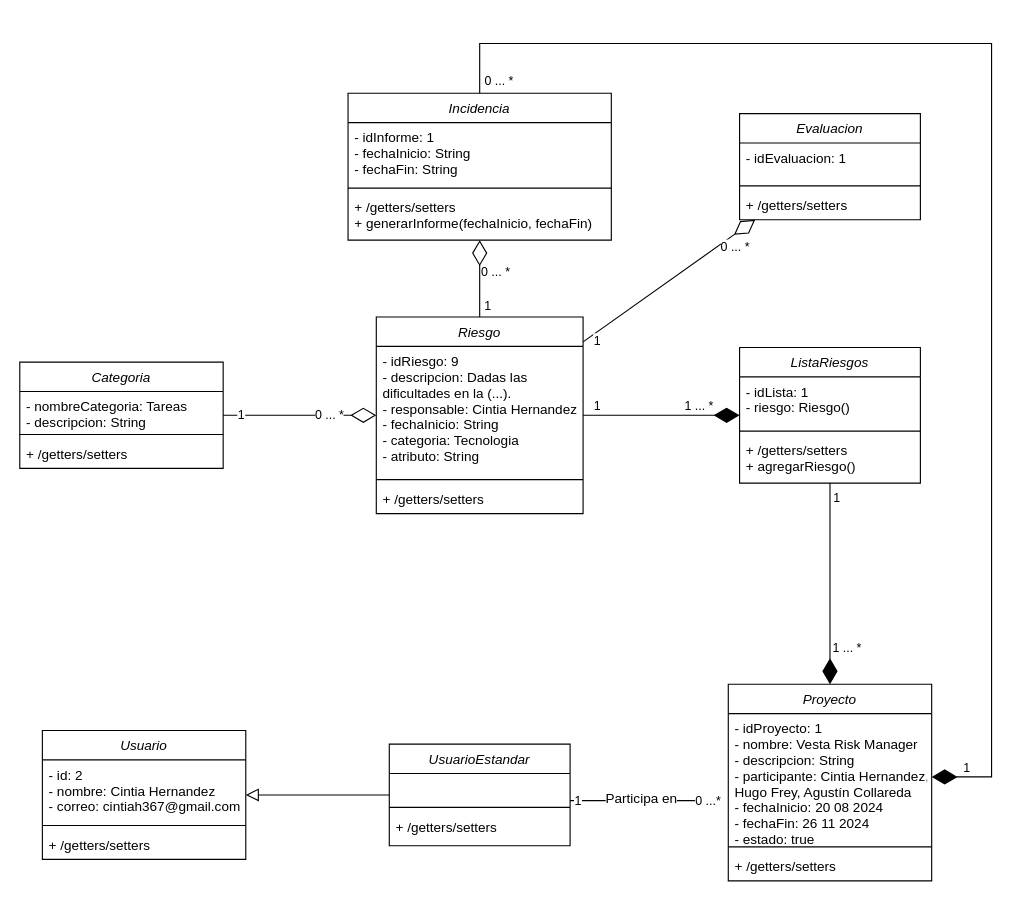
Before: Recursos/Diagramas/Diagrama de objetos.drawio in fxex/Vesta_Risk_Manager, a draw.io diagram. Source tidied: cells renumbered, new cells numbered last; positions are measured from the earlier drawing's top-left corner, leaving out a move shared by most shapes. Both pictures are drawn from the tidied source at 113%, with x=0, y=0 at pixel (19, 43).
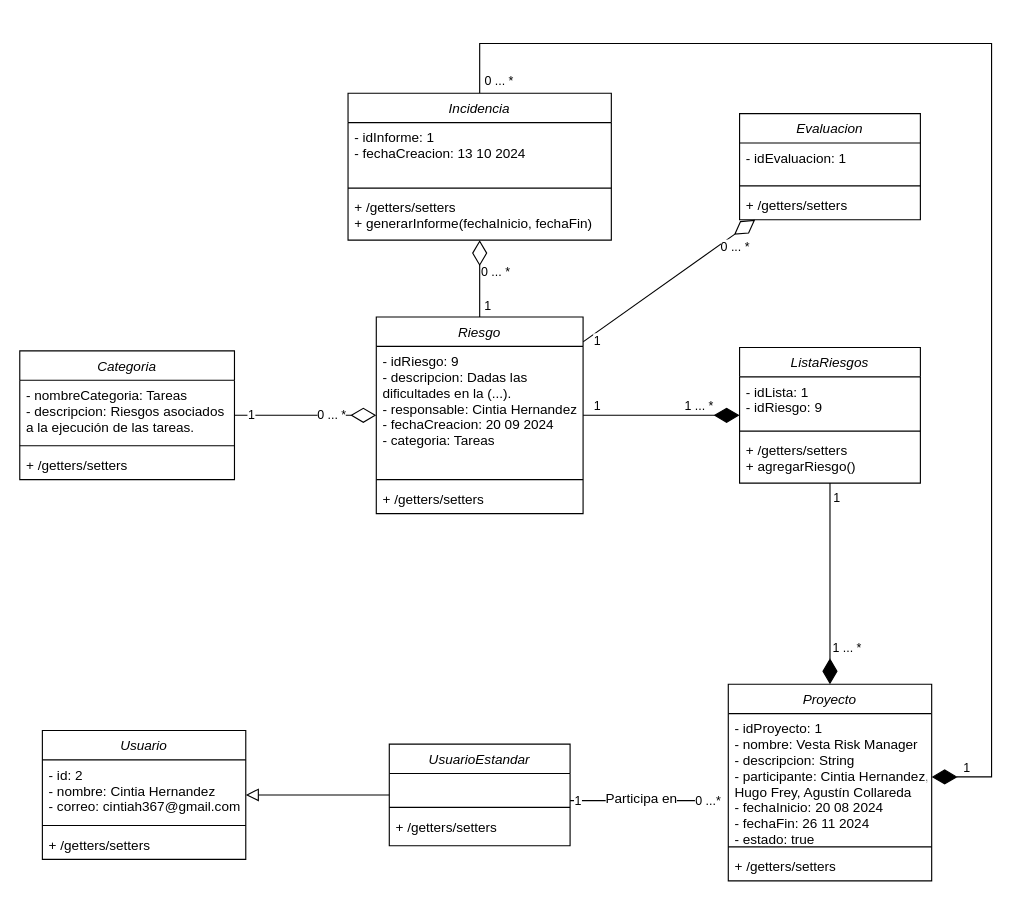
The same page after the edit.

Commit message (it also covers changes not shown here):
Doc: Se modificaron los cronogramas, se modifico el modelo de datos, se finalizo con el documento de arquitectura de sistemas

Unchanged cells that the change refers to:
```xml
<mxCell id="11" value="Riesgo" style="swimlane;fontStyle=2;align=center;verticalAlign=top;horizontal=1;startSize=26;rounded=0;shadow=0;strokeWidth=1;" parent="1" vertex="1">
  <mxGeometry x="315.5" y="242" width="183" height="174" as="geometry" />
</mxCell>
<mxCell id="42" value="ListaRiesgos" style="swimlane;fontStyle=2;align=center;verticalAlign=top;horizontal=1;startSize=26;rounded=0;shadow=0;strokeWidth=1;" parent="1" vertex="1">
  <mxGeometry x="637" y="269" width="160" height="120" as="geometry" />
</mxCell>
<mxCell id="49" value="Incidencia" style="swimlane;fontStyle=2;align=center;verticalAlign=top;horizontal=1;startSize=26;rounded=0;shadow=0;strokeWidth=1;" parent="1" vertex="1">
  <mxGeometry x="290.5" y="44" width="233" height="130" as="geometry" />
</mxCell>
```

Diff of the diagram source:
```diff
@@
-    <mxCell id="12" value="- idRiesgo: 9&#10;- descripcion: Dadas las&#10;dificultades en la (...).&#10;- responsable: Cintia Hernandez&#10;- fechaInicio: String&#10;- categoria: Tecnologia&#10;- atributo: String" style="text;align=left;verticalAlign=top;spacingLeft=4;spacingRight=4;overflow=hidden;" parent="11" vertex="1">
+    <mxCell id="12" value="- idRiesgo: 9&#10;- descripcion: Dadas las&#10;dificultades en la (...).&#10;- responsable: Cintia Hernandez&#10;- fechaCreacion: 20 09 2024&#10;- categoria: Tareas" style="text;align=left;verticalAlign=top;spacingLeft=4;spacingRight=4;overflow=hidden;" parent="11" vertex="1">
       <mxGeometry y="26" width="183" height="114" as="geometry" />
     </mxCell>
@@
     <mxCell id="22" value="Categoria" style="swimlane;fontStyle=2;align=center;verticalAlign=top;horizontal=1;startSize=26;rounded=0;shadow=0;strokeWidth=1;" parent="1" vertex="1">
-      <mxGeometry y="282" width="180" height="94" as="geometry" />
+      <mxGeometry y="272" width="190" height="114" as="geometry" />
     </mxCell>
-    <mxCell id="23" value="- nombreCategoria: Tareas&#10;- descripcion: String&#10;" style="text;align=left;verticalAlign=top;spacingLeft=4;spacingRight=4;overflow=hidden;" parent="22" vertex="1">
-      <mxGeometry y="26" width="180" height="34" as="geometry" />
+    <mxCell id="23" value="- nombreCategoria: Tareas&#10;- descripcion: Riesgos asociados&#10;a la ejecución de las tareas.&#10;" style="text;align=left;verticalAlign=top;spacingLeft=4;spacingRight=4;overflow=hidden;" parent="22" vertex="1">
+      <mxGeometry y="26" width="190" height="54" as="geometry" />
     </mxCell>
     <mxCell id="24" style="line;html=1;strokeWidth=1;align=left;verticalAlign=middle;spacingTop=-1;spacingLeft=3;spacingRight=3;labelPosition=right;" parent="22" vertex="1">
-      <mxGeometry y="60" width="180" height="8" as="geometry" />
+      <mxGeometry y="80" width="190" height="8" as="geometry" />
     </mxCell>
     <mxCell id="25" value="+ /getters/setters" style="text;align=left;verticalAlign=top;spacingLeft=4;spacingRight=4;overflow=hidden;" parent="22" vertex="1">
-      <mxGeometry y="68" width="180" height="26" as="geometry" />
+      <mxGeometry y="88" width="190" height="26" as="geometry" />
     </mxCell>
@@
-    <mxCell id="43" value="- idLista: 1&#10;- riesgo: Riesgo()&#10;" style="text;align=left;verticalAlign=top;spacingLeft=4;spacingRight=4;overflow=hidden;" parent="42" vertex="1">
+    <mxCell id="43" value="- idLista: 1&#10;- idRiesgo: 9&#10;" style="text;align=left;verticalAlign=top;spacingLeft=4;spacingRight=4;overflow=hidden;" parent="42" vertex="1">
       <mxGeometry y="26" width="160" height="44" as="geometry" />
     </mxCell>
@@
-    <mxCell id="50" value="- idInforme: 1&#10;- fechaInicio: String&#10;- fechaFin: String" style="text;align=left;verticalAlign=top;spacingLeft=4;spacingRight=4;overflow=hidden;" parent="49" vertex="1">
+    <mxCell id="50" value="- idInforme: 1&#10;- fechaCreacion: 13 10 2024" style="text;align=left;verticalAlign=top;spacingLeft=4;spacingRight=4;overflow=hidden;" parent="49" vertex="1">
       <mxGeometry y="26" width="233" height="54" as="geometry" />
     </mxCell>
```
